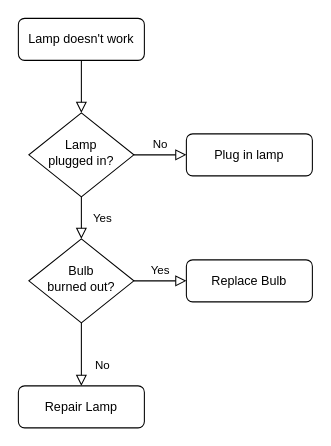
Before: page "1-1" (1 of 3) of Untitled Diagram.drawio in SergeyV39/algo, a draw.io diagram. Source tidied: cells renumbered, new cells numbered last; positions are measured from the earlier drawing's top-left corner, leaving out a move shared by most shapes. Both pictures are drawn from the tidied source at 105%, with x=0, y=0 at pixel (18, 18).
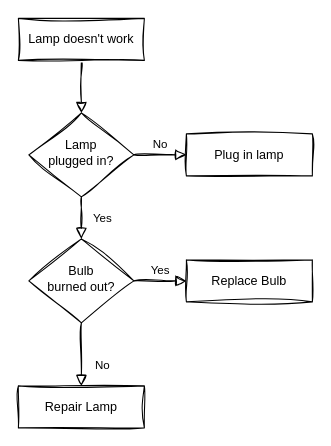
The same page after the edit.

The edit, as a diff of the source:
```diff
@@
 <mxGraphModel>
   <root>
     <mxCell id="0" />
     <mxCell id="1" parent="0" />
-    <mxCell id="2" style="rounded=0;html=1;jettySize=auto;fontSize=11;endArrow=block;endFill=0;endSize=8;strokeWidth=1;shadow=0;labelBackgroundColor=none;edgeStyle=orthogonalEdgeStyle;" parent="1" edge="1" source="3" target="6">
+    <mxCell id="2" style="rounded=0;html=1;jettySize=auto;fontSize=11;endArrow=block;endFill=0;endSize=8;strokeWidth=1;shadow=0;labelBackgroundColor=none;edgeStyle=orthogonalEdgeStyle;sketch=1;curveFitting=1;jiggle=2;fontColor=default;" parent="1" edge="1" source="3" target="6">
       <mxGeometry relative="1" as="geometry" />
     </mxCell>
-    <mxCell id="3" value="Lamp doesn't work" style="rounded=1;whiteSpace=wrap;html=1;fontSize=12;glass=0;strokeWidth=1;shadow=0;" parent="1" vertex="1">
+    <mxCell id="3" value="Lamp doesn't work" style="rounded=0;whiteSpace=wrap;html=1;fontSize=12;glass=0;strokeWidth=1;shadow=0;sketch=1;curveFitting=1;jiggle=2;labelBackgroundColor=none;" parent="1" vertex="1">
       <mxGeometry width="120" height="40" as="geometry" />
     </mxCell>
-    <mxCell id="4" value="Yes" style="rounded=0;html=1;jettySize=auto;fontSize=11;endArrow=block;endFill=0;endSize=8;strokeWidth=1;shadow=0;labelBackgroundColor=none;edgeStyle=orthogonalEdgeStyle;" parent="1" edge="1" source="6" target="10">
+    <mxCell id="4" value="Yes" style="rounded=0;html=1;jettySize=auto;fontSize=11;endArrow=block;endFill=0;endSize=8;strokeWidth=1;shadow=0;labelBackgroundColor=none;edgeStyle=orthogonalEdgeStyle;sketch=1;curveFitting=1;jiggle=2;fontColor=default;" parent="1" edge="1" source="6" target="10">
       <mxGeometry y="20" relative="1" as="geometry" />
     </mxCell>
-    <mxCell id="5" value="No" style="edgeStyle=orthogonalEdgeStyle;rounded=0;html=1;jettySize=auto;fontSize=11;endArrow=block;endFill=0;endSize=8;strokeWidth=1;shadow=0;labelBackgroundColor=none;" parent="1" edge="1" source="6" target="7">
+    <mxCell id="5" value="No" style="edgeStyle=orthogonalEdgeStyle;rounded=0;html=1;jettySize=auto;fontSize=11;endArrow=block;endFill=0;endSize=8;strokeWidth=1;shadow=0;labelBackgroundColor=none;sketch=1;curveFitting=1;jiggle=2;fontColor=default;" parent="1" edge="1" source="6" target="7">
       <mxGeometry y="10" relative="1" as="geometry" />
     </mxCell>
-    <mxCell id="6" value="Lamp&lt;br&gt;plugged in?" style="rhombus;whiteSpace=wrap;html=1;shadow=0;fontFamily=Helvetica;fontSize=12;align=center;strokeWidth=1;spacing=6;spacingTop=-4;" parent="1" vertex="1">
+    <mxCell id="6" value="Lamp&lt;br&gt;plugged in?" style="rhombus;whiteSpace=wrap;html=1;shadow=0;fontFamily=Helvetica;fontSize=12;align=center;strokeWidth=1;spacing=6;spacingTop=-4;rounded=0;sketch=1;curveFitting=1;jiggle=2;labelBackgroundColor=none;" parent="1" vertex="1">
       <mxGeometry x="10" y="90" width="100" height="80" as="geometry" />
     </mxCell>
-    <mxCell id="7" value="Plug in lamp" style="rounded=1;whiteSpace=wrap;html=1;fontSize=12;glass=0;strokeWidth=1;shadow=0;" parent="1" vertex="1">
+    <mxCell id="7" value="Plug in lamp" style="rounded=0;whiteSpace=wrap;html=1;fontSize=12;glass=0;strokeWidth=1;shadow=0;sketch=1;curveFitting=1;jiggle=2;labelBackgroundColor=none;" parent="1" vertex="1">
       <mxGeometry x="160" y="110" width="120" height="40" as="geometry" />
     </mxCell>
-    <mxCell id="8" value="No" style="rounded=0;html=1;jettySize=auto;fontSize=11;endArrow=block;endFill=0;endSize=8;strokeWidth=1;shadow=0;labelBackgroundColor=none;edgeStyle=orthogonalEdgeStyle;" parent="1" edge="1" source="10" target="11">
+    <mxCell id="8" value="No" style="rounded=0;html=1;jettySize=auto;fontSize=11;endArrow=block;endFill=0;endSize=8;strokeWidth=1;shadow=0;labelBackgroundColor=none;edgeStyle=orthogonalEdgeStyle;sketch=1;curveFitting=1;jiggle=2;fontColor=default;" parent="1" edge="1" source="10" target="11">
       <mxGeometry x="0.33" y="20" relative="1" as="geometry" />
     </mxCell>
-    <mxCell id="9" value="Yes" style="edgeStyle=orthogonalEdgeStyle;rounded=0;html=1;jettySize=auto;fontSize=11;endArrow=block;endFill=0;endSize=8;strokeWidth=1;shadow=0;labelBackgroundColor=none;" parent="1" edge="1" source="10" target="12">
+    <mxCell id="9" value="Yes" style="edgeStyle=orthogonalEdgeStyle;rounded=0;html=1;jettySize=auto;fontSize=11;endArrow=block;endFill=0;endSize=8;strokeWidth=1;shadow=0;labelBackgroundColor=none;sketch=1;curveFitting=1;jiggle=2;fontColor=default;" parent="1" edge="1" source="10" target="12">
       <mxGeometry y="10" relative="1" as="geometry" />
     </mxCell>
-    <mxCell id="10" value="Bulb&lt;br&gt;burned out?" style="rhombus;whiteSpace=wrap;html=1;shadow=0;fontFamily=Helvetica;fontSize=12;align=center;strokeWidth=1;spacing=6;spacingTop=-4;" parent="1" vertex="1">
+    <mxCell id="10" value="Bulb&lt;br&gt;burned out?" style="rhombus;whiteSpace=wrap;html=1;shadow=0;fontFamily=Helvetica;fontSize=12;align=center;strokeWidth=1;spacing=6;spacingTop=-4;rounded=0;sketch=1;curveFitting=1;jiggle=2;labelBackgroundColor=none;" parent="1" vertex="1">
       <mxGeometry x="10" y="210" width="100" height="80" as="geometry" />
     </mxCell>
-    <mxCell id="11" value="Repair Lamp" style="rounded=1;whiteSpace=wrap;html=1;fontSize=12;glass=0;strokeWidth=1;shadow=0;" parent="1" vertex="1">
+    <mxCell id="11" value="Repair Lamp" style="rounded=0;whiteSpace=wrap;html=1;fontSize=12;glass=0;strokeWidth=1;shadow=0;sketch=1;curveFitting=1;jiggle=2;labelBackgroundColor=none;" parent="1" vertex="1">
       <mxGeometry y="350" width="120" height="40" as="geometry" />
     </mxCell>
-    <mxCell id="12" value="Replace Bulb" style="rounded=1;whiteSpace=wrap;html=1;fontSize=12;glass=0;strokeWidth=1;shadow=0;" parent="1" vertex="1">
+    <mxCell id="12" value="Replace Bulb" style="rounded=0;whiteSpace=wrap;html=1;fontSize=12;glass=0;strokeWidth=1;shadow=0;sketch=1;curveFitting=1;jiggle=2;labelBackgroundColor=none;" parent="1" vertex="1">
       <mxGeometry x="160" y="230" width="120" height="40" as="geometry" />
     </mxCell>
   </root>
 </mxGraphModel>
```
